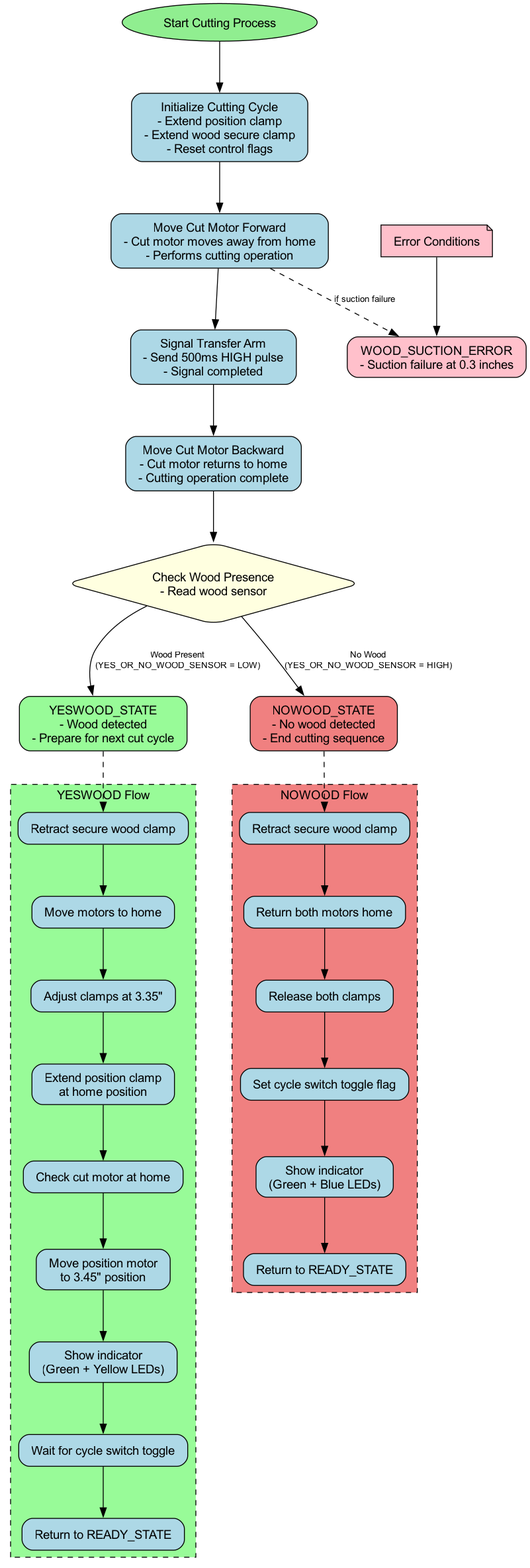
Before: flowcharts/cutting_process.png, a diagram exported from Graphviz (akivaweil/Stage-1-Mar25). Its source is kept beside it as flowcharts/cutting_process.dot.
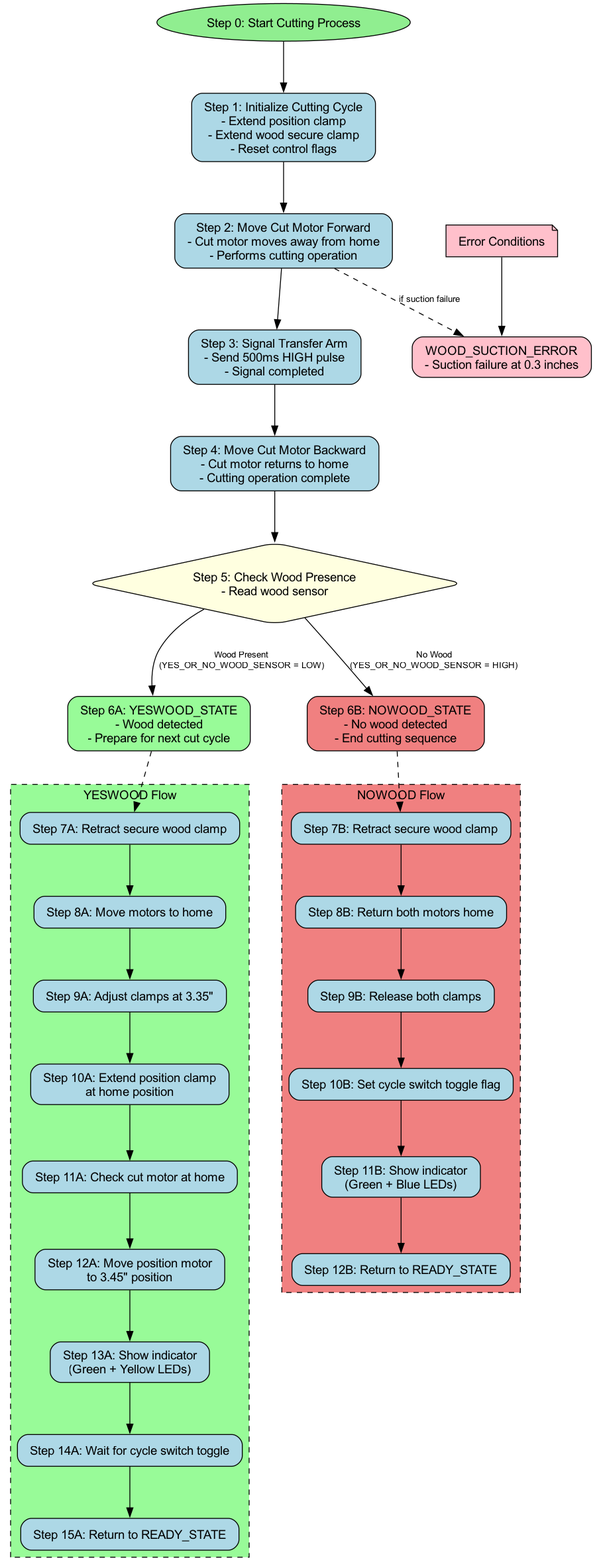
The same file after the commit.

Commit message:
Add step numbers to cutting process flowchart

Diff of the diagram source:
```diff
@@ -3,20 +3,20 @@
     node [shape="box", style="rounded,filled", fillcolor="lightblue", fontname="Arial", margin="0.2,0.1"];
     edge [fontname="Arial", fontsize=10];
 
-    start [label="Start Cutting Process", shape="oval", fillcolor="lightgreen"];
+    start [label="Step 0: Start Cutting Process", shape="oval", fillcolor="lightgreen"];
 
-    init [label="Initialize Cutting Cycle\n- Extend position clamp\n- Extend wood secure clamp\n- Reset control flags"];
+    init [label="Step 1: Initialize Cutting Cycle\n- Extend position clamp\n- Extend wood secure clamp\n- Reset control flags"];
 
-    extend [label="Move Cut Motor Forward\n- Cut motor moves away from home\n- Performs cutting operation"];
+    extend [label="Step 2: Move Cut Motor Forward\n- Cut motor moves away from home\n- Performs cutting operation"];
 
-    signal [label="Signal Transfer Arm\n- Send 500ms HIGH pulse\n- Signal completed"];
+    signal [label="Step 3: Signal Transfer Arm\n- Send 500ms HIGH pulse\n- Signal completed"];
 
-    retract [label="Move Cut Motor Backward\n- Cut motor returns to home\n- Cutting operation complete"];
+    retract [label="Step 4: Move Cut Motor Backward\n- Cut motor returns to home\n- Cutting operation complete"];
 
-    check [label="Check Wood Presence\n- Read wood sensor", shape="diamond", fillcolor="lightyellow"];
+    check [label="Step 5: Check Wood Presence\n- Read wood sensor", shape="diamond", fillcolor="lightyellow"];
 
-    yeswood [label="YESWOOD_STATE\n- Wood detected\n- Prepare for next cut cycle", fillcolor="palegreen"];
-    nowood [label="NOWOOD_STATE\n- No wood detected\n- End cutting sequence", fillcolor="lightcoral"];
+    yeswood [label="Step 6A: YESWOOD_STATE\n- Wood detected\n- Prepare for next cut cycle", fillcolor="palegreen"];
+    nowood [label="Step 6B: NOWOOD_STATE\n- No wood detected\n- End cutting sequence", fillcolor="lightcoral"];
 
     error [label="Error Conditions", shape="note", fillcolor="pink"];
     errorwood [label="WOOD_SUCTION_ERROR\n- Suction failure at 0.3 inches", fillcolor="pink"];
@@ -37,15 +37,15 @@
         style="dashed";
         bgcolor="palegreen";
 
-        yw1 [label="Retract secure wood clamp"];
-        yw2 [label="Move motors to home"];
-        yw3 [label="Adjust clamps at 3.35\""];
-        yw4 [label="Extend position clamp\nat home position"];
-        yw5 [label="Check cut motor at home"];
-        yw6 [label="Move position motor\nto 3.45\" position"];
-        yw7 [label="Show indicator\n(Green + Yellow LEDs)"];
-        yw8 [label="Wait for cycle switch toggle"];
-        yw9 [label="Return to READY_STATE"];
+        yw1 [label="Step 7A: Retract secure wood clamp"];
+        yw2 [label="Step 8A: Move motors to home"];
+        yw3 [label="Step 9A: Adjust clamps at 3.35\""];
+        yw4 [label="Step 10A: Extend position clamp\nat home position"];
+        yw5 [label="Step 11A: Check cut motor at home"];
+        yw6 [label="Step 12A: Move position motor\nto 3.45\" position"];
+        yw7 [label="Step 13A: Show indicator\n(Green + Yellow LEDs)"];
+        yw8 [label="Step 14A: Wait for cycle switch toggle"];
+        yw9 [label="Step 15A: Return to READY_STATE"];
 
         yw1 -> yw2 -> yw3 -> yw4 -> yw5 -> yw6 -> yw7 -> yw8 -> yw9;
     }
@@ -55,12 +55,12 @@
         style="dashed";
         bgcolor="lightcoral";
 
-        nw1 [label="Retract secure wood clamp"];
-        nw2 [label="Return both motors home"];
-        nw3 [label="Release both clamps"];
-        nw4 [label="Set cycle switch toggle flag"];
-        nw5 [label="Show indicator\n(Green + Blue LEDs)"];
-        nw6 [label="Return to READY_STATE"];
+        nw1 [label="Step 7B: Retract secure wood clamp"];
+        nw2 [label="Step 8B: Return both motors home"];
+        nw3 [label="Step 9B: Release both clamps"];
+        nw4 [label="Step 10B: Set cycle switch toggle flag"];
+        nw5 [label="Step 11B: Show indicator\n(Green + Blue LEDs)"];
+        nw6 [label="Step 12B: Return to READY_STATE"];
 
         nw1 -> nw2 -> nw3 -> nw4 -> nw5 -> nw6;
     }
```
